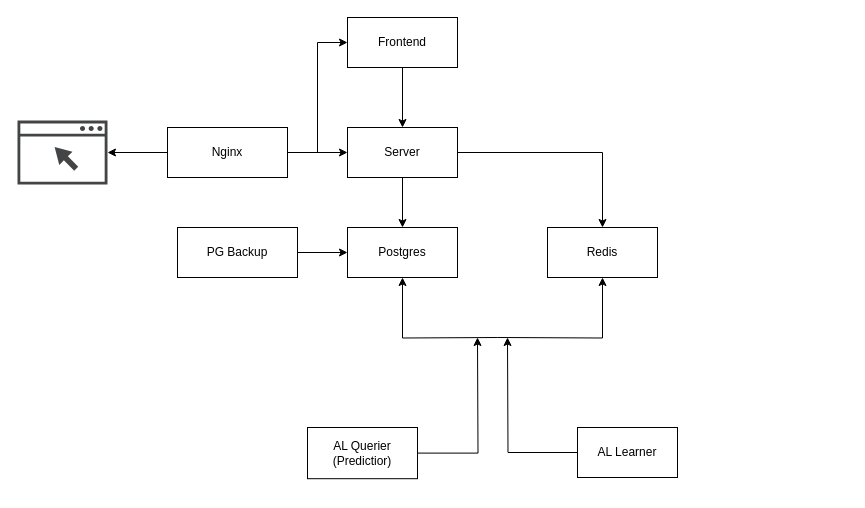
Above: services.drawio in jns-br/LabelForward (draw.io), before the change. Source tidied: cells renumbered, new cells numbered last; positions are measured from the earlier drawing's top-left corner, leaving out a move shared by most shapes. Both pictures are drawn from the tidied source at 100%, with x=0, y=0 at pixel (17, 17).
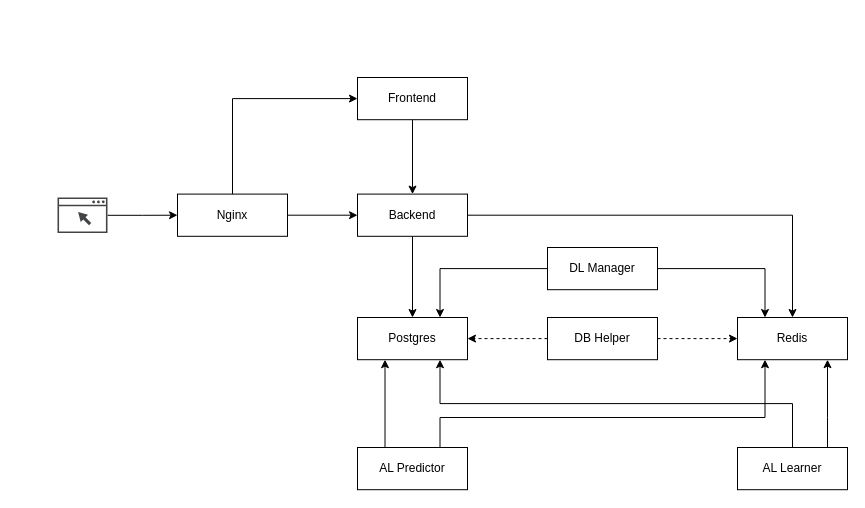
Above is the later version.

Diff of the diagram source:
```diff
@@
-    <mxCell id="2" style="edgeStyle=orthogonalEdgeStyle;rounded=0;jettySize=auto;html=1;" parent="1" edge="1" source="5" target="8">
-      <mxGeometry relative="1" as="geometry" />
-    </mxCell>
-    <mxCell id="3" style="edgeStyle=orthogonalEdgeStyle;rounded=0;jettySize=auto;html=1;exitX=0;exitY=0.5;exitDx=0;exitDy=0;entryX=1;entryY=0.5;entryDx=0;entryDy=0;" parent="1" edge="1" source="5">
-      <mxGeometry relative="1" as="geometry">
-        <mxPoint x="90" y="135" as="targetPoint" />
-      </mxGeometry>
-    </mxCell>
+    <mxCell id="22" style="edgeStyle=orthogonalEdgeStyle;rounded=0;jettySize=auto;html=1;" parent="1" edge="1" source="23" target="5">
+      <mxGeometry relative="1" as="geometry" />
+    </mxCell>
+    <mxCell id="23" style="shadow=0;dashed=0;html=1;strokeColor=none;fillColor=#434445;labelPosition=center;verticalLabelPosition=bottom;verticalAlign=top;align=center;outlineConnect=0;shape=mxgraph.vvd.web_browser;" parent="1" vertex="1">
+      <mxGeometry x="40" y="180" width="50" height="35.5" as="geometry" />
+    </mxCell>
+    <mxCell id="24" style="edgeStyle=orthogonalEdgeStyle;rounded=0;jettySize=auto;html=1;exitX=1;exitY=0.5;exitDx=0;exitDy=0;" parent="1" edge="1" source="5" target="27">
+      <mxGeometry relative="1" as="geometry" />
+    </mxCell>
-    <mxCell id="4" style="edgeStyle=orthogonalEdgeStyle;rounded=0;jettySize=auto;html=1;entryX=0;entryY=0.5;entryDx=0;entryDy=0;" parent="1" edge="1" source="5" target="10">
+    <mxCell id="4" style="edgeStyle=orthogonalEdgeStyle;rounded=0;jettySize=auto;html=1;exitX=0.5;exitY=0;exitDx=0;exitDy=0;entryX=0;entryY=0.5;entryDx=0;entryDy=0;" parent="1" edge="1" source="5" target="10">
       <mxGeometry relative="1" as="geometry" />
     </mxCell>
-    <mxCell id="5" value="Nginx" style="rounded=0;whiteSpace=wrap;html=1;" parent="1" vertex="1">
-      <mxGeometry x="150" y="110" width="120" height="50" as="geometry" />
+    <mxCell id="5" value="&lt;div&gt;Nginx&lt;/div&gt;" style="rounded=0;whiteSpace=wrap;html=1;" parent="1" vertex="1">
+      <mxGeometry x="160" y="176.6" width="110" height="42.2" as="geometry" />
     </mxCell>
-    <mxCell id="6" style="edgeStyle=orthogonalEdgeStyle;rounded=0;jettySize=auto;html=1;" parent="1" edge="1" source="8" target="11">
-      <mxGeometry relative="1" as="geometry" />
-    </mxCell>
-    <mxCell id="7" style="edgeStyle=orthogonalEdgeStyle;rounded=0;jettySize=auto;html=1;exitX=1;exitY=0.5;exitDx=0;exitDy=0;entryX=0.5;entryY=0;entryDx=0;entryDy=0;" parent="1" edge="1" source="8" target="12">
-      <mxGeometry relative="1" as="geometry" />
-    </mxCell>
-    <mxCell id="8" value="Server" style="rounded=0;whiteSpace=wrap;html=1;" parent="1" vertex="1">
-      <mxGeometry x="330" y="110" width="110" height="50" as="geometry" />
-    </mxCell>
-    <mxCell id="9" style="edgeStyle=orthogonalEdgeStyle;rounded=0;jettySize=auto;html=1;entryX=0.5;entryY=0;entryDx=0;entryDy=0;" parent="1" edge="1" source="10" target="8">
-      <mxGeometry relative="1" as="geometry" />
-    </mxCell>
+    <mxCell id="25" style="edgeStyle=orthogonalEdgeStyle;rounded=0;jettySize=auto;html=1;exitX=1;exitY=0.5;exitDx=0;exitDy=0;entryX=0.5;entryY=0;entryDx=0;entryDy=0;" parent="1" edge="1" source="27" target="12">
+      <mxGeometry relative="1" as="geometry" />
+    </mxCell>
+    <mxCell id="26" style="edgeStyle=orthogonalEdgeStyle;rounded=0;jettySize=auto;html=1;entryX=0.5;entryY=0;entryDx=0;entryDy=0;" parent="1" edge="1" source="27" target="11">
+      <mxGeometry relative="1" as="geometry" />
+    </mxCell>
+    <mxCell id="27" value="&lt;div&gt;Backend&lt;/div&gt;" style="rounded=0;whiteSpace=wrap;html=1;" parent="1" vertex="1">
+      <mxGeometry x="340" y="176.6" width="110" height="42.2" as="geometry" />
+    </mxCell>
+    <mxCell id="28" style="edgeStyle=orthogonalEdgeStyle;rounded=0;jettySize=auto;html=1;entryX=0.5;entryY=0;entryDx=0;entryDy=0;" parent="1" edge="1" source="10" target="27">
+      <mxGeometry relative="1" as="geometry" />
+    </mxCell>
-    <mxCell id="10" value="&lt;div&gt;Frontend&lt;/div&gt;" style="rounded=0;whiteSpace=wrap;html=1;" parent="1" vertex="1">
-      <mxGeometry x="330" width="110" height="50" as="geometry" />
+    <mxCell id="10" value="Frontend" style="rounded=0;whiteSpace=wrap;html=1;" parent="1" vertex="1">
+      <mxGeometry x="340" y="60" width="110" height="42.2" as="geometry" />
     </mxCell>
-    <mxCell id="11" value="Postgres" style="rounded=0;whiteSpace=wrap;html=1;" parent="1" vertex="1">
-      <mxGeometry x="330" y="210" width="110" height="50" as="geometry" />
+    <mxCell id="11" value="&lt;div&gt;Postgres&lt;/div&gt;" style="rounded=0;whiteSpace=wrap;html=1;" parent="1" vertex="1">
+      <mxGeometry x="340" y="300" width="110" height="42.2" as="geometry" />
     </mxCell>
     <mxCell id="12" value="&lt;div&gt;Redis&lt;/div&gt;" style="rounded=0;whiteSpace=wrap;html=1;" parent="1" vertex="1">
-      <mxGeometry x="530" y="210" width="110" height="50" as="geometry" />
+      <mxGeometry x="720" y="300" width="110" height="42.2" as="geometry" />
     </mxCell>
-    <mxCell id="13" style="edgeStyle=orthogonalEdgeStyle;rounded=0;jettySize=auto;html=1;entryX=0;entryY=0.5;entryDx=0;entryDy=0;" parent="1" edge="1" source="14" target="11">
-      <mxGeometry relative="1" as="geometry" />
-    </mxCell>
-    <mxCell id="14" value="PG Backup" style="rounded=0;whiteSpace=wrap;html=1;" parent="1" vertex="1">
-      <mxGeometry x="160" y="210" width="120" height="50" as="geometry" />
-    </mxCell>
-    <mxCell id="15" style="shadow=0;dashed=0;html=1;strokeColor=none;fillColor=#434445;labelPosition=center;verticalLabelPosition=bottom;verticalAlign=top;align=center;shape=mxgraph.vvd.web_browser;" parent="1" vertex="1">
-      <mxGeometry y="103.1" width="90" height="63.9" as="geometry" />
-    </mxCell>
-    <mxCell id="16" style="edgeStyle=orthogonalEdgeStyle;rounded=0;jettySize=auto;html=1;" parent="1" edge="1" source="17">
-      <mxGeometry relative="1" as="geometry">
-        <mxPoint x="460" y="320" as="targetPoint" />
-      </mxGeometry>
-    </mxCell>
-    <mxCell id="17" value="AL Querier (Predictior)" style="rounded=0;whiteSpace=wrap;html=1;" parent="1" vertex="1">
-      <mxGeometry x="290" y="410" width="110" height="51.2" as="geometry" />
-    </mxCell>
-    <mxCell id="18" style="edgeStyle=orthogonalEdgeStyle;rounded=0;jettySize=auto;html=1;" parent="1" edge="1" source="19">
-      <mxGeometry relative="1" as="geometry">
-        <mxPoint x="490" y="320" as="targetPoint" />
-      </mxGeometry>
-    </mxCell>
+    <mxCell id="29" style="edgeStyle=orthogonalEdgeStyle;rounded=0;jettySize=auto;html=1;exitX=0.75;exitY=0;exitDx=0;exitDy=0;entryX=0.25;entryY=1;entryDx=0;entryDy=0;" parent="1" edge="1" source="31" target="12">
+      <mxGeometry relative="1" as="geometry">
+        <Array as="points">
+          <mxPoint x="423" y="400" />
+          <mxPoint x="747" y="400" />
+        </Array>
+      </mxGeometry>
+    </mxCell>
+    <mxCell id="30" style="edgeStyle=orthogonalEdgeStyle;rounded=0;jettySize=auto;html=1;exitX=0.25;exitY=0;exitDx=0;exitDy=0;entryX=0.25;entryY=1;entryDx=0;entryDy=0;" parent="1" edge="1" source="31" target="11">
+      <mxGeometry relative="1" as="geometry" />
+    </mxCell>
+    <mxCell id="31" value="AL Predictor" style="rounded=0;whiteSpace=wrap;html=1;" parent="1" vertex="1">
+      <mxGeometry x="340" y="430" width="110" height="42.2" as="geometry" />
+    </mxCell>
+    <mxCell id="32" style="edgeStyle=orthogonalEdgeStyle;rounded=0;jettySize=auto;html=1;" parent="1" edge="1" source="19" target="12">
+      <mxGeometry relative="1" as="geometry">
+        <Array as="points">
+          <mxPoint x="810" y="400" />
+          <mxPoint x="810" y="400" />
+        </Array>
+      </mxGeometry>
+    </mxCell>
+    <mxCell id="33" style="edgeStyle=orthogonalEdgeStyle;rounded=0;jettySize=auto;html=1;exitX=0.5;exitY=0;exitDx=0;exitDy=0;entryX=0.75;entryY=1;entryDx=0;entryDy=0;" parent="1" edge="1" source="19" target="11">
+      <mxGeometry relative="1" as="geometry" />
+    </mxCell>
     <mxCell id="19" value="AL Learner" style="rounded=0;whiteSpace=wrap;html=1;" parent="1" vertex="1">
-      <mxGeometry x="560" y="410" width="100" height="50" as="geometry" />
+      <mxGeometry x="720" y="430" width="110" height="42.2" as="geometry" />
     </mxCell>
-    <mxCell id="20" style="edgeStyle=orthogonalEdgeStyle;rounded=0;jettySize=auto;html=1;entryX=0.5;entryY=1;entryDx=0;entryDy=0;" parent="1" edge="1" target="11">
-      <mxGeometry relative="1" as="geometry">
-        <mxPoint x="480" y="320" as="sourcePoint" />
-      </mxGeometry>
-    </mxCell>
-    <mxCell id="21" style="edgeStyle=orthogonalEdgeStyle;rounded=0;jettySize=auto;html=1;entryX=0.5;entryY=1;entryDx=0;entryDy=0;" parent="1" edge="1" target="12">
-      <mxGeometry relative="1" as="geometry">
-        <mxPoint x="480" y="320" as="sourcePoint" />
-      </mxGeometry>
-    </mxCell>
+    <mxCell id="34" style="edgeStyle=orthogonalEdgeStyle;rounded=0;jettySize=auto;html=1;exitX=0;exitY=0.5;exitDx=0;exitDy=0;entryX=1;entryY=0.5;entryDx=0;entryDy=0;dashed=1;" parent="1" edge="1" source="36" target="11">
+      <mxGeometry relative="1" as="geometry" />
+    </mxCell>
+    <mxCell id="35" style="edgeStyle=orthogonalEdgeStyle;rounded=0;jettySize=auto;html=1;exitX=1;exitY=0.5;exitDx=0;exitDy=0;dashed=1;" parent="1" edge="1" source="36" target="12">
+      <mxGeometry relative="1" as="geometry" />
+    </mxCell>
+    <mxCell id="36" value="DB Helper" style="rounded=0;whiteSpace=wrap;html=1;" parent="1" vertex="1">
+      <mxGeometry x="530" y="300" width="110" height="42.2" as="geometry" />
+    </mxCell>
+    <mxCell id="37" style="edgeStyle=orthogonalEdgeStyle;rounded=0;jettySize=auto;html=1;exitX=0;exitY=0.5;exitDx=0;exitDy=0;entryX=0.75;entryY=0;entryDx=0;entryDy=0;" parent="1" edge="1" source="39" target="11">
+      <mxGeometry relative="1" as="geometry" />
+    </mxCell>
+    <mxCell id="38" style="edgeStyle=orthogonalEdgeStyle;rounded=0;jettySize=auto;html=1;entryX=0.25;entryY=0;entryDx=0;entryDy=0;" parent="1" edge="1" source="39" target="12">
+      <mxGeometry relative="1" as="geometry" />
+    </mxCell>
+    <mxCell id="39" value="DL Manager" style="rounded=0;whiteSpace=wrap;html=1;" parent="1" vertex="1">
+      <mxGeometry x="530" y="230" width="110" height="42.2" as="geometry" />
+    </mxCell>
```
